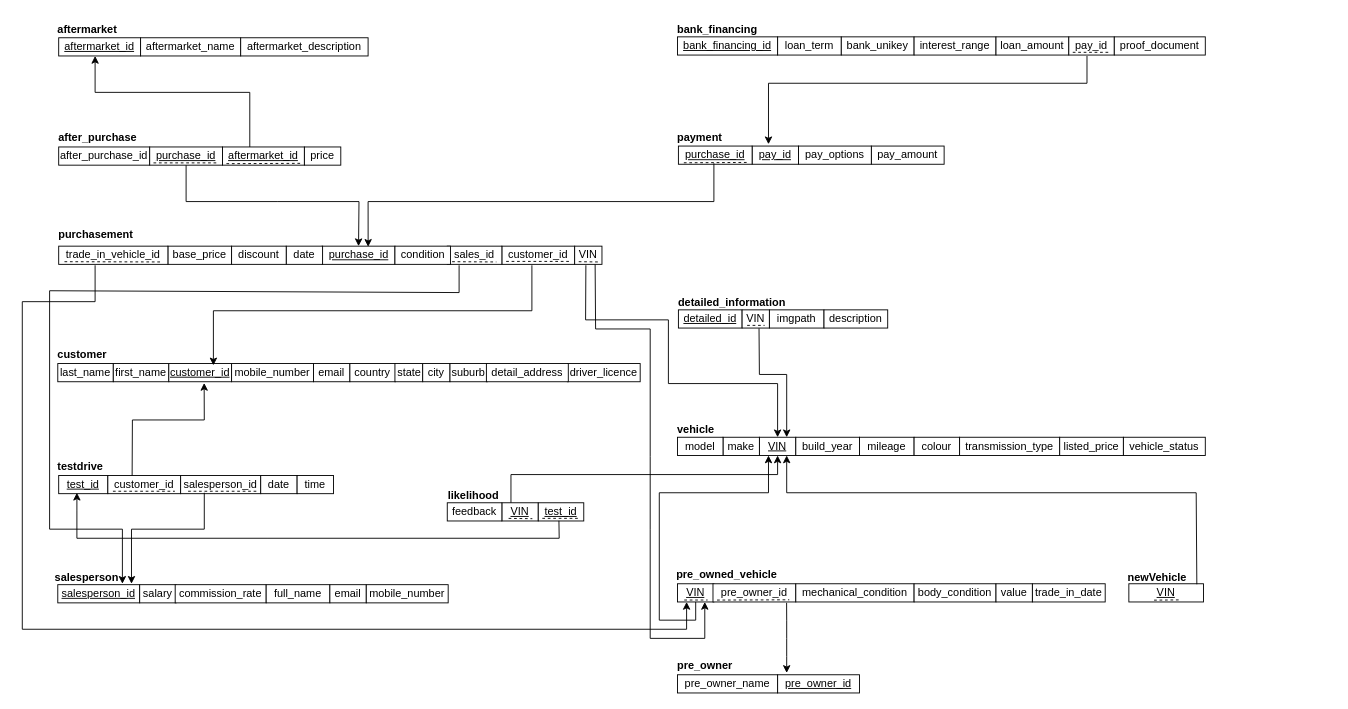
Before: 未命名绘图.drawio in Syrus-jpg/LeetCode, a draw.io diagram. Source tidied: cells renumbered, new cells numbered last; positions are measured from the earlier drawing's top-left corner, leaving out a move shared by most shapes. Both pictures are drawn from the tidied source at 91%, with x=0, y=0 at pixel (22, 16).
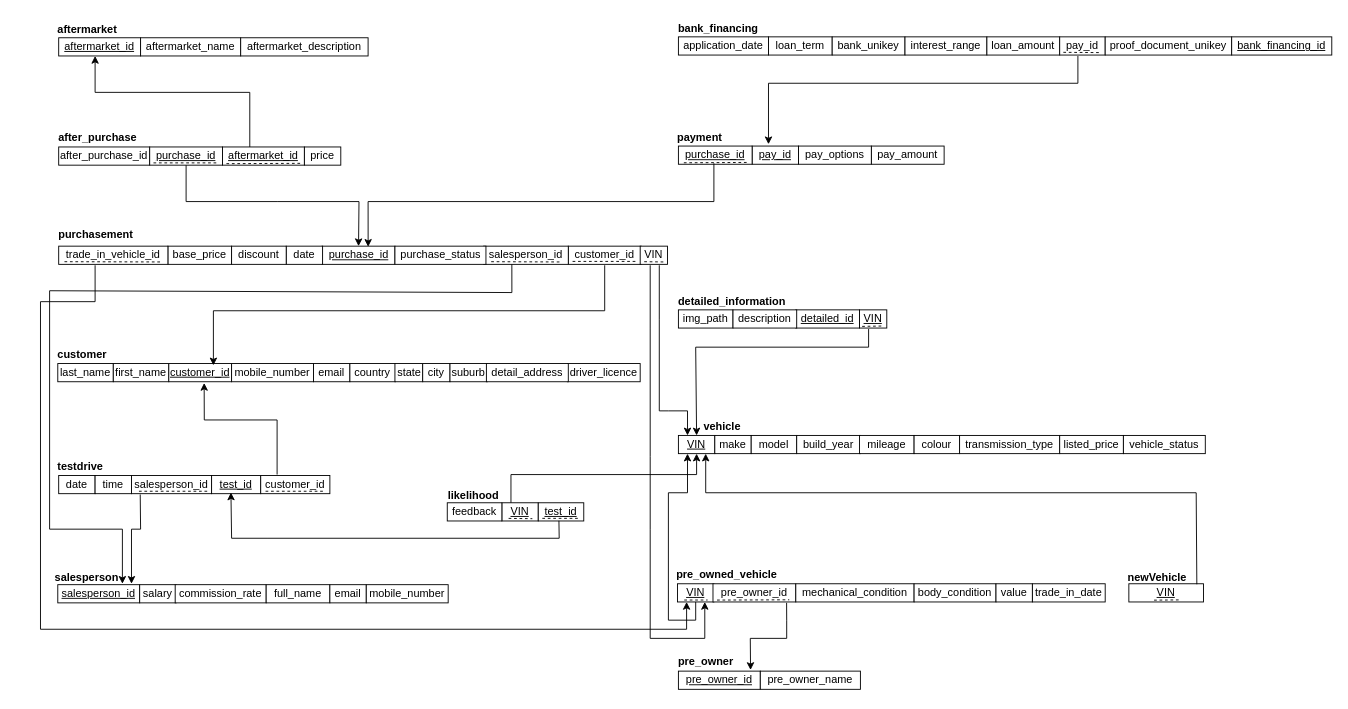
Above is the later version.

Commit message (it also covers changes not shown here):
更新未命名绘图.drawio

Unchanged cells that the change refers to:
```xml
<mxCell id="4" value="&lt;u&gt;customer_id&lt;/u&gt;" style="rounded=0;whiteSpace=wrap;html=1;" parent="1" vertex="1">
  <mxGeometry x="161" y="381" width="69" height="20" as="geometry" />
</mxCell>
<mxCell id="19" value="&lt;u&gt;VIN&lt;/u&gt;" style="rounded=0;whiteSpace=wrap;html=1;" parent="1" vertex="1">
  <mxGeometry x="527" y="534" width="40" height="20" as="geometry" />
</mxCell>
<mxCell id="21" value="&lt;u&gt;test_id&lt;/u&gt;" style="rounded=0;whiteSpace=wrap;html=1;" parent="1" vertex="1">
  <mxGeometry x="567" y="534" width="50" height="20" as="geometry" />
</mxCell>
<mxCell id="61" value="&lt;u&gt;VIN&lt;/u&gt;" style="rounded=0;whiteSpace=wrap;html=1;" parent="1" vertex="1">
  <mxGeometry x="720" y="623" width="40" height="20" as="geometry" />
</mxCell>
<mxCell id="62" value="pre_owner_id" style="rounded=0;whiteSpace=wrap;html=1;" parent="1" vertex="1">
  <mxGeometry x="759" y="623" width="91" height="20" as="geometry" />
</mxCell>
<mxCell id="68" value="&lt;u&gt;VIN&lt;/u&gt;" style="rounded=0;whiteSpace=wrap;html=1;" parent="1" vertex="1">
  <mxGeometry x="1216" y="623" width="82" height="20" as="geometry" />
</mxCell>
```

What changed in the source:
```diff
@@
     <mxCell id="8" value="&lt;u&gt;test_id&lt;/u&gt;" style="rounded=0;whiteSpace=wrap;html=1;" parent="1" vertex="1">
-      <mxGeometry x="40" y="504" width="54" height="20" as="geometry" />
+      <mxGeometry x="208" y="504" width="54" height="20" as="geometry" />
     </mxCell>
     <mxCell id="9" value="customer_id" style="rounded=0;whiteSpace=wrap;html=1;" parent="1" vertex="1">
-      <mxGeometry x="94" y="504" width="80" height="20" as="geometry" />
+      <mxGeometry x="262" y="504" width="76" height="20" as="geometry" />
     </mxCell>
     <mxCell id="10" value="salesperson_id" style="rounded=0;whiteSpace=wrap;html=1;" parent="1" vertex="1">
-      <mxGeometry x="174" y="504" width="88" height="20" as="geometry" />
+      <mxGeometry x="120" y="504" width="88" height="20" as="geometry" />
     </mxCell>
     <mxCell id="11" value="date" style="rounded=0;whiteSpace=wrap;html=1;" parent="1" vertex="1">
-      <mxGeometry x="262" y="504" width="40" height="20" as="geometry" />
+      <mxGeometry x="40" y="504" width="40" height="20" as="geometry" />
     </mxCell>
     <mxCell id="12" value="time" style="rounded=0;whiteSpace=wrap;html=1;" parent="1" vertex="1">
-      <mxGeometry x="302" y="504" width="40" height="20" as="geometry" />
+      <mxGeometry x="80" y="504" width="40" height="20" as="geometry" />
     </mxCell>
@@
     <mxCell id="25" value="customer_id" style="rounded=0;whiteSpace=wrap;html=1;" parent="1" vertex="1">
-      <mxGeometry x="527" y="252" width="80" height="20" as="geometry" />
+      <mxGeometry x="600" y="252" width="80" height="20" as="geometry" />
     </mxCell>
-    <mxCell id="26" value="sales_id" style="rounded=0;whiteSpace=wrap;html=1;" parent="1" vertex="1">
-      <mxGeometry x="467" y="252" width="60" height="20" as="geometry" />
+    <mxCell id="26" value="salesperson_id" style="rounded=0;whiteSpace=wrap;html=1;" parent="1" vertex="1">
+      <mxGeometry x="507" y="252" width="93" height="20" as="geometry" />
     </mxCell>
@@
     <mxCell id="28" value="VIN" style="rounded=0;whiteSpace=wrap;html=1;" parent="1" vertex="1">
-      <mxGeometry x="607" y="252" width="30" height="20" as="geometry" />
+      <mxGeometry x="679" y="252" width="30" height="20" as="geometry" />
     </mxCell>
@@
-    <mxCell id="30" value="condition" style="rounded=0;whiteSpace=wrap;html=1;" parent="1" vertex="1">
-      <mxGeometry x="409.5" y="252" width="61" height="20" as="geometry" />
+    <mxCell id="30" value="purchase_status" style="rounded=0;whiteSpace=wrap;html=1;" parent="1" vertex="1">
+      <mxGeometry x="409.5" y="252" width="100" height="20" as="geometry" />
     </mxCell>
@@
     <mxCell id="41" value="&lt;u&gt;VIN&lt;/u&gt;" style="rounded=0;whiteSpace=wrap;html=1;" parent="1" vertex="1">
-      <mxGeometry x="810" y="462" width="40" height="20" as="geometry" />
+      <mxGeometry x="721" y="460" width="40" height="20" as="geometry" />
     </mxCell>
     <mxCell id="42" value="make" style="rounded=0;whiteSpace=wrap;html=1;" parent="1" vertex="1">
-      <mxGeometry x="770" y="462" width="40" height="20" as="geometry" />
+      <mxGeometry x="761" y="460" width="40" height="20" as="geometry" />
     </mxCell>
@@
     <mxCell id="44" value="model" style="rounded=0;whiteSpace=wrap;html=1;" parent="1" vertex="1">
-      <mxGeometry x="720" y="462" width="50" height="20" as="geometry" />
+      <mxGeometry x="801" y="460" width="50" height="20" as="geometry" />
     </mxCell>
     <mxCell id="45" value="build_year" style="rounded=0;whiteSpace=wrap;html=1;" parent="1" vertex="1">
-      <mxGeometry x="850" y="462" width="70" height="20" as="geometry" />
+      <mxGeometry x="851" y="460" width="70" height="20" as="geometry" />
     </mxCell>
     <mxCell id="46" value="mileage" style="rounded=0;whiteSpace=wrap;html=1;" parent="1" vertex="1">
-      <mxGeometry x="920" y="462" width="60" height="20" as="geometry" />
+      <mxGeometry x="920" y="460" width="60" height="20" as="geometry" />
     </mxCell>
     <mxCell id="47" value="colour" style="rounded=0;whiteSpace=wrap;html=1;" parent="1" vertex="1">
-      <mxGeometry x="980" y="462" width="50" height="20" as="geometry" />
+      <mxGeometry x="980" y="460" width="50" height="20" as="geometry" />
     </mxCell>
     <mxCell id="48" value="transmission_type" style="rounded=0;whiteSpace=wrap;html=1;" parent="1" vertex="1">
-      <mxGeometry x="1030" y="462" width="110" height="20" as="geometry" />
+      <mxGeometry x="1030" y="460" width="110" height="20" as="geometry" />
     </mxCell>
     <mxCell id="49" value="listed_price" style="rounded=0;whiteSpace=wrap;html=1;" parent="1" vertex="1">
-      <mxGeometry x="1140" y="462" width="70" height="20" as="geometry" />
+      <mxGeometry x="1140" y="460" width="70" height="20" as="geometry" />
     </mxCell>
     <mxCell id="50" value="&lt;u&gt;detailed_id&lt;/u&gt;" style="rounded=0;whiteSpace=wrap;html=1;" parent="1" vertex="1">
-      <mxGeometry x="721" y="322" width="70" height="20" as="geometry" />
+      <mxGeometry x="850" y="322" width="70" height="20" as="geometry" />
     </mxCell>
-    <mxCell id="51" value="VIN" style="rounded=0;whiteSpace=wrap;html=1;" parent="1" vertex="1">
-      <mxGeometry x="791" y="322" width="30" height="20" as="geometry" />
+    <mxCell id="51" value="&lt;u&gt;VIN&lt;/u&gt;" style="rounded=0;whiteSpace=wrap;html=1;" parent="1" vertex="1">
+      <mxGeometry x="920" y="322" width="30" height="20" as="geometry" />
     </mxCell>
-    <mxCell id="52" value="imgpath" style="rounded=0;whiteSpace=wrap;html=1;" parent="1" vertex="1">
-      <mxGeometry x="821" y="322" width="60" height="20" as="geometry" />
+    <mxCell id="52" value="img_path" style="rounded=0;whiteSpace=wrap;html=1;" parent="1" vertex="1">
+      <mxGeometry x="721" y="322" width="60" height="20" as="geometry" />
     </mxCell>
     <mxCell id="53" value="description" style="rounded=0;whiteSpace=wrap;html=1;" parent="1" vertex="1">
-      <mxGeometry x="881" y="322" width="70" height="20" as="geometry" />
+      <mxGeometry x="781" y="322" width="70" height="20" as="geometry" />
     </mxCell>
     <mxCell id="54" value="loan_term" style="rounded=0;whiteSpace=wrap;html=1;" parent="1" vertex="1">
-      <mxGeometry x="830" y="22" width="70" height="20" as="geometry" />
+      <mxGeometry x="820" y="22" width="70" height="20" as="geometry" />
     </mxCell>
     <mxCell id="55" value="bank_unikey" style="rounded=0;whiteSpace=wrap;html=1;" parent="1" vertex="1">
-      <mxGeometry x="900" y="22" width="80" height="20" as="geometry" />
+      <mxGeometry x="890" y="22" width="80" height="20" as="geometry" />
     </mxCell>
     <mxCell id="56" value="interest_range" style="rounded=0;whiteSpace=wrap;html=1;" parent="1" vertex="1">
-      <mxGeometry x="980" y="22" width="90" height="20" as="geometry" />
+      <mxGeometry x="970" y="22" width="90" height="20" as="geometry" />
     </mxCell>
     <mxCell id="57" value="loan_amount" style="rounded=0;whiteSpace=wrap;html=1;" parent="1" vertex="1">
-      <mxGeometry x="1070" y="22" width="80" height="20" as="geometry" />
+      <mxGeometry x="1060" y="22" width="80" height="20" as="geometry" />
     </mxCell>
     <mxCell id="58" value="pay_id" style="rounded=0;whiteSpace=wrap;html=1;" parent="1" vertex="1">
-      <mxGeometry x="1150" y="22" width="50" height="20" as="geometry" />
+      <mxGeometry x="1140" y="22" width="50" height="20" as="geometry" />
     </mxCell>
-    <mxCell id="59" value="proof_document" style="rounded=0;whiteSpace=wrap;html=1;" parent="1" vertex="1">
-      <mxGeometry x="1200" y="22" width="100" height="20" as="geometry" />
+    <mxCell id="59" value="proof_document_unikey" style="rounded=0;whiteSpace=wrap;html=1;" parent="1" vertex="1">
+      <mxGeometry x="1190" y="22" width="139" height="20" as="geometry" />
     </mxCell>
     <mxCell id="60" value="&lt;u&gt;bank_financing_id&lt;/u&gt;" style="rounded=0;whiteSpace=wrap;html=1;" parent="1" vertex="1">
-      <mxGeometry x="720" y="22" width="110" height="20" as="geometry" />
+      <mxGeometry x="1329" y="22" width="110" height="20" as="geometry" />
     </mxCell>
@@
     <mxCell id="66" value="&lt;u&gt;pre_owner_id&lt;/u&gt;" style="rounded=0;whiteSpace=wrap;html=1;" parent="1" vertex="1">
-      <mxGeometry x="830" y="723" width="90" height="20" as="geometry" />
+      <mxGeometry x="721" y="719" width="90" height="20" as="geometry" />
     </mxCell>
     <mxCell id="67" value="pre_owner_name" style="rounded=0;whiteSpace=wrap;html=1;" parent="1" vertex="1">
-      <mxGeometry x="720" y="723" width="110" height="20" as="geometry" />
+      <mxGeometry x="811" y="719" width="110" height="20" as="geometry" />
     </mxCell>
@@
-    <mxCell id="73" style="endArrow=none;dashed=1;html=1;rounded=0;exitX=0.184;exitY=0.853;exitDx=0;exitDy=0;exitPerimeter=0;entryX=0.824;entryY=0.853;entryDx=0;entryDy=0;entryPerimeter=0;" parent="1" edge="1" source="51" target="51">
-      <mxGeometry relative="1" as="geometry" />
-    </mxCell>
@@
-    <mxCell id="78" style="endArrow=none;dashed=1;html=1;rounded=0;exitX=0.087;exitY=0.85;exitDx=0;exitDy=0;exitPerimeter=0;" parent="1" edge="1" source="58">
+    <mxCell id="78" style="endArrow=none;dashed=1;html=1;rounded=0;entryX=0.882;entryY=0.865;entryDx=0;entryDy=0;entryPerimeter=0;" parent="1" edge="1" target="58">
       <mxGeometry relative="1" as="geometry">
-        <mxPoint x="1196" y="39" as="targetPoint" />
+        <mxPoint x="1144" y="39" as="sourcePoint" />
       </mxGeometry>
     </mxCell>
@@
     <mxCell id="83" style="endArrow=classic;html=1;rounded=0;" parent="1" edge="1">
       <mxGeometry relative="1" as="geometry">
-        <mxPoint x="560" y="273" as="sourcePoint" />
+        <mxPoint x="640" y="273" as="sourcePoint" />
         <mxPoint x="210" y="383" as="targetPoint" />
         <Array as="points">
-          <mxPoint x="560" y="323" />
+          <mxPoint x="640" y="323" />
           <mxPoint x="370" y="323" />
           <mxPoint x="210" y="323" />
         </Array>
       </mxGeometry>
     </mxCell>
-    <mxCell id="84" style="endArrow=classic;html=1;rounded=0;" parent="1" edge="1">
+    <mxCell id="84" style="endArrow=classic;html=1;rounded=0;exitX=0.333;exitY=1;exitDx=0;exitDy=0;exitPerimeter=0;" parent="1" edge="1" source="26">
       <mxGeometry relative="1" as="geometry">
-        <mxPoint x="480" y="273" as="sourcePoint" />
         <mxPoint x="110" y="623" as="targetPoint" />
         <Array as="points">
-          <mxPoint x="480" y="303" />
+          <mxPoint x="538" y="303" />
           <mxPoint x="30" y="301" />
           <mxPoint x="30" y="563" />
           <mxPoint x="110" y="563" />
         </Array>
       </mxGeometry>
     </mxCell>
-    <mxCell id="85" style="endArrow=classic;html=1;rounded=0;entryX=0.5;entryY=0;entryDx=0;entryDy=0;exitX=0.411;exitY=1.049;exitDx=0;exitDy=0;exitPerimeter=0;" parent="1" edge="1" source="28" target="41">
+    <mxCell id="85" style="endArrow=classic;html=1;rounded=0;entryX=0.25;entryY=0;entryDx=0;entryDy=0;" parent="1" edge="1" target="41">
       <mxGeometry relative="1" as="geometry">
+        <mxPoint x="700" y="273" as="sourcePoint" />
         <Array as="points">
-          <mxPoint x="619" y="333" />
-          <mxPoint x="710" y="333" />
-          <mxPoint x="710" y="403" />
-          <mxPoint x="830" y="403" />
+          <mxPoint x="700" y="333" />
+          <mxPoint x="700" y="433" />
+          <mxPoint x="710" y="433" />
+          <mxPoint x="731" y="433" />
         </Array>
       </mxGeometry>
     </mxCell>
@@
-    <mxCell id="87" style="endArrow=classic;html=1;rounded=0;exitX=0.302;exitY=1.015;exitDx=0;exitDy=0;exitPerimeter=0;entryX=0.563;entryY=1.067;entryDx=0;entryDy=0;entryPerimeter=0;" parent="1" edge="1" target="4">
+    <mxCell id="87" style="endArrow=classic;html=1;rounded=0;entryX=0.563;entryY=1.067;entryDx=0;entryDy=0;entryPerimeter=0;" parent="1" edge="1" target="4">
       <mxGeometry relative="1" as="geometry">
-        <mxPoint x="120.7" y="504.3" as="sourcePoint" />
+        <mxPoint x="280" y="503" as="sourcePoint" />
         <Array as="points">
-          <mxPoint x="121" y="443" />
+          <mxPoint x="280" y="443" />
           <mxPoint x="200" y="443" />
         </Array>
       </mxGeometry>
     </mxCell>
-    <mxCell id="88" style="endArrow=classic;html=1;rounded=0;" parent="1" edge="1">
+    <mxCell id="88" style="endArrow=classic;html=1;rounded=0;exitX=0.109;exitY=1.044;exitDx=0;exitDy=0;exitPerimeter=0;" parent="1" edge="1" source="10">
       <mxGeometry relative="1" as="geometry">
-        <mxPoint x="200" y="523" as="sourcePoint" />
         <mxPoint x="120" y="623" as="targetPoint" />
         <Array as="points">
-          <mxPoint x="200" y="563" />
+          <mxPoint x="130" y="563" />
           <mxPoint x="120" y="563" />
         </Array>
       </mxGeometry>
     </mxCell>
-    <mxCell id="89" style="endArrow=classic;html=1;rounded=0;exitX=0.454;exitY=0.991;exitDx=0;exitDy=0;exitPerimeter=0;" parent="1" edge="1" source="21">
+    <mxCell id="89" style="endArrow=classic;html=1;rounded=0;exitX=0.454;exitY=0.991;exitDx=0;exitDy=0;exitPerimeter=0;entryX=0.394;entryY=0.938;entryDx=0;entryDy=0;entryPerimeter=0;" parent="1" edge="1" source="21" target="8">
       <mxGeometry relative="1" as="geometry">
-        <mxPoint x="60" y="523" as="targetPoint" />
         <Array as="points">
           <mxPoint x="590" y="573" />
           <mxPoint x="270" y="573" />
-          <mxPoint x="60" y="573" />
-          <mxPoint x="60" y="543" />
+          <mxPoint x="230" y="573" />
         </Array>
       </mxGeometry>
     </mxCell>
     <mxCell id="90" style="endArrow=classic;html=1;rounded=0;exitX=0.25;exitY=0;exitDx=0;exitDy=0;entryX=0.5;entryY=1;entryDx=0;entryDy=0;" parent="1" edge="1" source="19" target="41">
       <mxGeometry relative="1" as="geometry">
         <Array as="points">
           <mxPoint x="537" y="503" />
-          <mxPoint x="830" y="503" />
+          <mxPoint x="741" y="503" />
         </Array>
       </mxGeometry>
     </mxCell>
     <mxCell id="91" style="endArrow=classic;html=1;rounded=0;entryX=0.75;entryY=1;entryDx=0;entryDy=0;exitX=0.911;exitY=0.028;exitDx=0;exitDy=0;exitPerimeter=0;" parent="1" edge="1" source="68" target="41">
       <mxGeometry relative="1" as="geometry">
         <Array as="points">
           <mxPoint x="1290" y="523" />
-          <mxPoint x="840" y="523" />
+          <mxPoint x="751" y="523" />
         </Array>
       </mxGeometry>
     </mxCell>
     <mxCell id="92" style="endArrow=classic;html=1;rounded=0;exitX=0.5;exitY=1;exitDx=0;exitDy=0;entryX=0.25;entryY=1;entryDx=0;entryDy=0;" parent="1" edge="1" source="61" target="41">
       <mxGeometry relative="1" as="geometry">
         <Array as="points">
           <mxPoint x="740" y="663" />
-          <mxPoint x="700" y="663" />
-          <mxPoint x="700" y="523" />
-          <mxPoint x="820" y="523" />
+          <mxPoint x="710" y="663" />
+          <mxPoint x="710" y="523" />
+          <mxPoint x="731" y="523" />
         </Array>
       </mxGeometry>
     </mxCell>
     <mxCell id="93" style="endArrow=classic;html=1;rounded=0;" parent="1" edge="1">
       <mxGeometry relative="1" as="geometry">
         <mxPoint x="80" y="273" as="sourcePoint" />
         <mxPoint x="730" y="643" as="targetPoint" />
         <Array as="points">
           <mxPoint x="80" y="313" />
-          <mxPoint y="313" />
-          <mxPoint y="673" />
+          <mxPoint x="20" y="313" />
+          <mxPoint x="20" y="673" />
           <mxPoint x="730" y="673" />
         </Array>
       </mxGeometry>
     </mxCell>
@@
-    <mxCell id="96" style="endArrow=classic;html=1;rounded=0;exitX=0.75;exitY=1;exitDx=0;exitDy=0;" parent="1" edge="1" source="28">
+    <mxCell id="96" style="endArrow=classic;html=1;rounded=0;" parent="1" edge="1">
       <mxGeometry relative="1" as="geometry">
+        <mxPoint x="690" y="273" as="sourcePoint" />
         <mxPoint x="750" y="643" as="targetPoint" />
         <Array as="points">
-          <mxPoint x="630" y="343" />
           <mxPoint x="690" y="343" />
           <mxPoint x="690" y="483" />
           <mxPoint x="690" y="563" />
           <mxPoint x="690" y="683" />
           <mxPoint x="750" y="683" />
         </Array>
       </mxGeometry>
     </mxCell>
-    <mxCell id="97" style="endArrow=classic;html=1;rounded=0;entryX=0.75;entryY=0;entryDx=0;entryDy=0;exitX=0.6;exitY=0.984;exitDx=0;exitDy=0;exitPerimeter=0;" parent="1" edge="1" source="110" target="41">
-      <mxGeometry relative="1" as="geometry">
-        <Array as="points">
-          <mxPoint x="810" y="393" />
-          <mxPoint x="840" y="393" />
-        </Array>
-      </mxGeometry>
-    </mxCell>
     <mxCell id="98" style="endArrow=classic;html=1;rounded=0;" parent="1" edge="1">
       <mxGeometry relative="1" as="geometry">
-        <mxPoint x="1170" y="43" as="sourcePoint" />
+        <mxPoint x="1160" y="43" as="sourcePoint" />
         <mxPoint x="820" y="140" as="targetPoint" />
         <Array as="points">
-          <mxPoint x="1170" y="73" />
+          <mxPoint x="1160" y="73" />
           <mxPoint x="820" y="73" />
         </Array>
       </mxGeometry>
     </mxCell>
@@
     <mxCell id="106" value="&lt;b style=&quot;forced-color-adjust: none; color: rgb(0, 0, 0); font-family: Helvetica; font-size: 12px; font-style: normal; font-variant-ligatures: normal; font-variant-caps: normal; letter-spacing: normal; orphans: 2; text-align: center; text-indent: 0px; text-transform: none; widows: 2; word-spacing: 0px; -webkit-text-stroke-width: 0px; white-space: normal; text-decoration-thickness: initial; text-decoration-style: initial; text-decoration-color: initial;&quot;&gt;vehicle&lt;/b&gt;" style="text;whiteSpace=wrap;html=1;" parent="1" vertex="1">
-      <mxGeometry x="718" y="440" width="80" height="40" as="geometry" />
+      <mxGeometry x="747" y="437" width="80" height="40" as="geometry" />
     </mxCell>
@@
     <mxCell id="108" value="&lt;b style=&quot;forced-color-adjust: none; color: rgb(0, 0, 0); font-family: Helvetica; font-size: 12px; font-style: normal; font-variant-ligatures: normal; font-variant-caps: normal; letter-spacing: normal; orphans: 2; text-align: center; text-indent: 0px; text-transform: none; widows: 2; word-spacing: 0px; -webkit-text-stroke-width: 0px; white-space: normal; text-decoration-thickness: initial; text-decoration-style: initial; text-decoration-color: initial;&quot;&gt;pre_owner&lt;/b&gt;" style="text;whiteSpace=wrap;html=1;" parent="1" vertex="1">
-      <mxGeometry x="718" y="699" width="90" height="40" as="geometry" />
+      <mxGeometry x="718.5" y="695" width="90" height="40" as="geometry" />
     </mxCell>
-    <mxCell id="109" style="endArrow=classic;html=1;rounded=0;exitX=0.889;exitY=1.047;exitDx=0;exitDy=0;exitPerimeter=0;" parent="1" edge="1" source="62">
+    <mxCell id="109" style="endArrow=classic;html=1;rounded=0;exitX=0.889;exitY=1.047;exitDx=0;exitDy=0;exitPerimeter=0;entryX=0.881;entryY=-0.062;entryDx=0;entryDy=0;entryPerimeter=0;" parent="1" edge="1" source="62" target="66">
       <mxGeometry relative="1" as="geometry">
-        <mxPoint x="840" y="721" as="targetPoint" />
         <Array as="points">
           <mxPoint x="840" y="663" />
           <mxPoint x="840" y="683" />
-          <mxPoint x="840" y="703" />
+          <mxPoint x="800" y="683" />
         </Array>
       </mxGeometry>
     </mxCell>
     <mxCell id="110" value="&lt;b style=&quot;forced-color-adjust: none; color: rgb(0, 0, 0); font-family: Helvetica; font-size: 12px; font-style: normal; font-variant-ligatures: normal; font-variant-caps: normal; letter-spacing: normal; orphans: 2; text-align: center; text-indent: 0px; text-transform: none; widows: 2; word-spacing: 0px; -webkit-text-stroke-width: 0px; white-space: normal; text-decoration-thickness: initial; text-decoration-style: initial; text-decoration-color: initial;&quot;&gt;detailed_information&lt;/b&gt;" style="text;whiteSpace=wrap;html=1;" parent="1" vertex="1">
-      <mxGeometry x="719" y="300" width="151" height="43" as="geometry" />
+      <mxGeometry x="719" y="299" width="151" height="43" as="geometry" />
     </mxCell>
@@
     <mxCell id="114" value="&lt;b style=&quot;forced-color-adjust: none; color: rgb(0, 0, 0); font-family: Helvetica; font-size: 12px; font-style: normal; font-variant-ligatures: normal; font-variant-caps: normal; letter-spacing: normal; orphans: 2; text-align: center; text-indent: 0px; text-transform: none; widows: 2; word-spacing: 0px; -webkit-text-stroke-width: 0px; white-space: normal; text-decoration-thickness: initial; text-decoration-style: initial; text-decoration-color: initial;&quot;&gt;bank_financing&lt;/b&gt;" style="text;whiteSpace=wrap;html=1;" parent="1" vertex="1">
-      <mxGeometry x="718" width="120" height="40" as="geometry" />
+      <mxGeometry x="719" y="-1" width="120" height="40" as="geometry" />
     </mxCell>
@@
     <mxCell id="116" value="vehicle_status" style="rounded=0;whiteSpace=wrap;html=1;" parent="1" vertex="1">
-      <mxGeometry x="1210" y="462" width="90" height="20" as="geometry" />
+      <mxGeometry x="1210" y="460" width="90" height="20" as="geometry" />
     </mxCell>
@@
+    <mxCell id="73" style="endArrow=none;dashed=1;html=1;rounded=0;exitX=0.098;exitY=0.908;exitDx=0;exitDy=0;exitPerimeter=0;entryX=0.894;entryY=0.886;entryDx=0;entryDy=0;entryPerimeter=0;" parent="1" edge="1" source="51" target="51">
+      <mxGeometry relative="1" as="geometry" />
+    </mxCell>
+    <mxCell id="124" value="application_date" style="rounded=0;whiteSpace=wrap;html=1;" parent="1" vertex="1">
+      <mxGeometry x="721" y="22" width="99" height="20" as="geometry" />
+    </mxCell>
+    <mxCell id="125" style="endArrow=classic;html=1;rounded=0;entryX=0.5;entryY=0;entryDx=0;entryDy=0;" parent="1" edge="1" target="41">
+      <mxGeometry relative="1" as="geometry">
+        <mxPoint x="930" y="343" as="sourcePoint" />
+        <Array as="points">
+          <mxPoint x="930" y="363" />
+          <mxPoint x="740" y="363" />
+        </Array>
+      </mxGeometry>
+    </mxCell>
```
